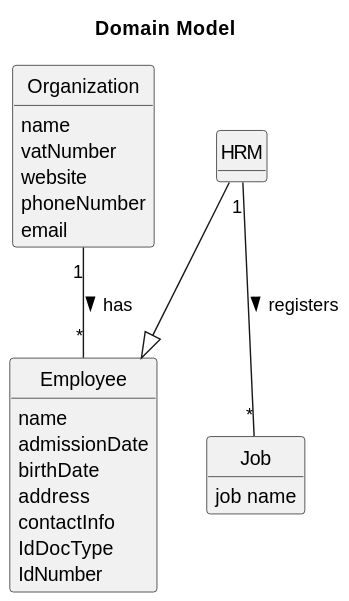
Before: docs/sprintA/us002/02.analysis/svg/us002-domain-model.svg, a diagram exported from PlantUML (Rui-San/LAPR2_2023_2024).
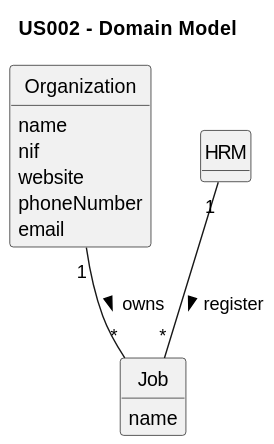
After the change.

Commit message:
Created SVG files for US01, US02, US03 and US04 Domain Models

Change to the diagram source:
```diff
@@ -2,39 +2,31 @@
 skinparam monochrome true
 skinparam packageStyle rectangle
 skinparam shadowing false
+
+
 skinparam classAttributeIconSize 0
+
 hide circle
 hide methods
 
-title Domain Model
+title US002 - Domain Model
 
 class Organization {
     name
-    vatNumber
+    nif
     website
     phoneNumber
     email
 }
 
-class Employee {
+class Job{
     name
-    admissionDate
-    birthDate
-    address
-    contactInfo
-    IdDocType
-    IdNumber
 }
 
 class HRM{
 
 }
 
-class Job{
-    job name
-}
-
-Organization "1" -- "*" Employee : "has >"
-HRM --|> Employee
-HRM "1" -- "*" Job : "registers >"
+Organization "1" -- "*" Job : "owns >"
+HRM "1" -- "*" Job : "register >"
 @enduml
```
